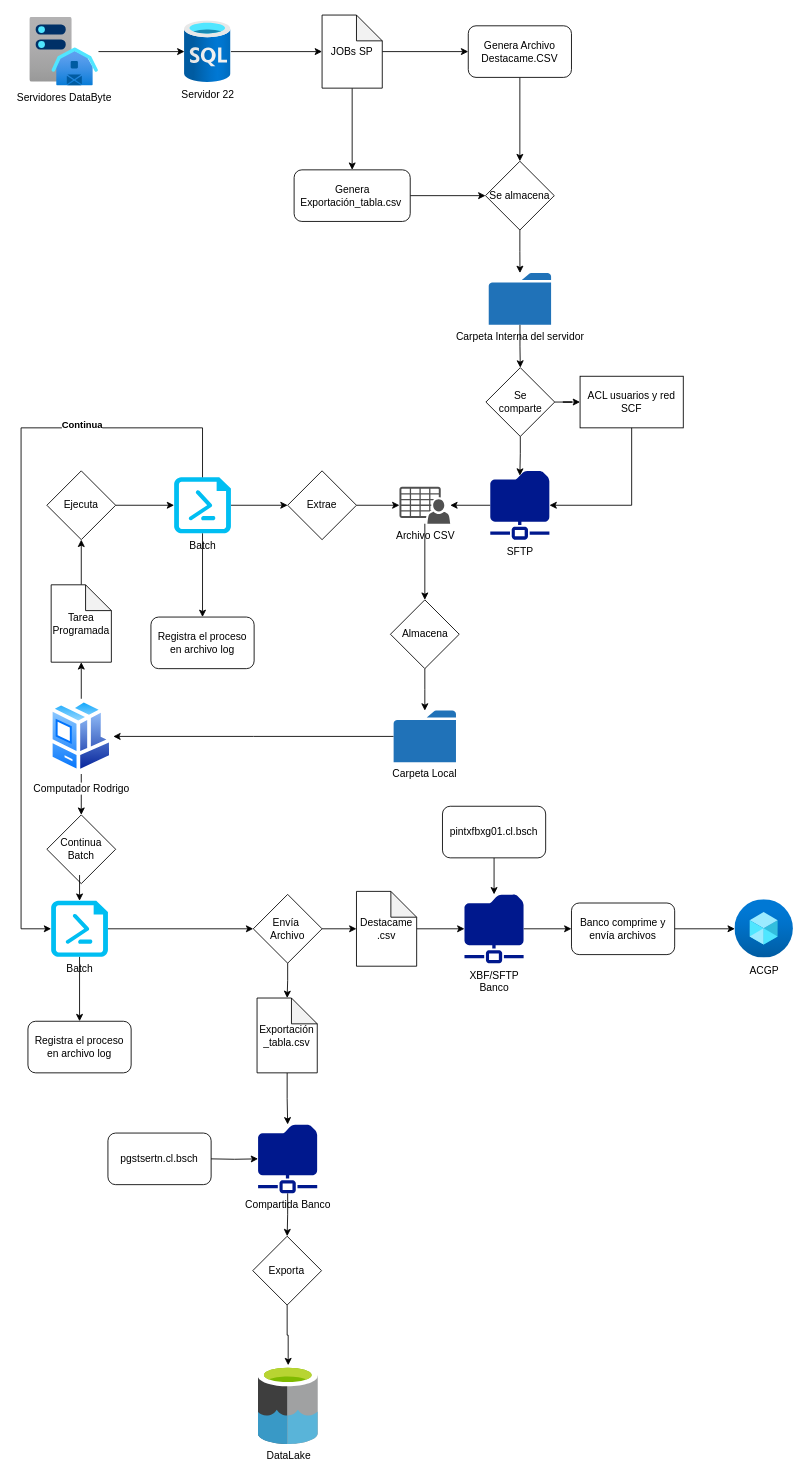
This is Diagrama sin título.drawio from satoshixz/diagrama, a draw.io file, before an edit. Source tidied: cells renumbered, new cells numbered last; positions are measured from the earlier drawing's top-left corner, leaving out a move shared by most shapes. Both pictures are drawn from the tidied source at 86%, with x=0, y=0 at pixel (21, 15).
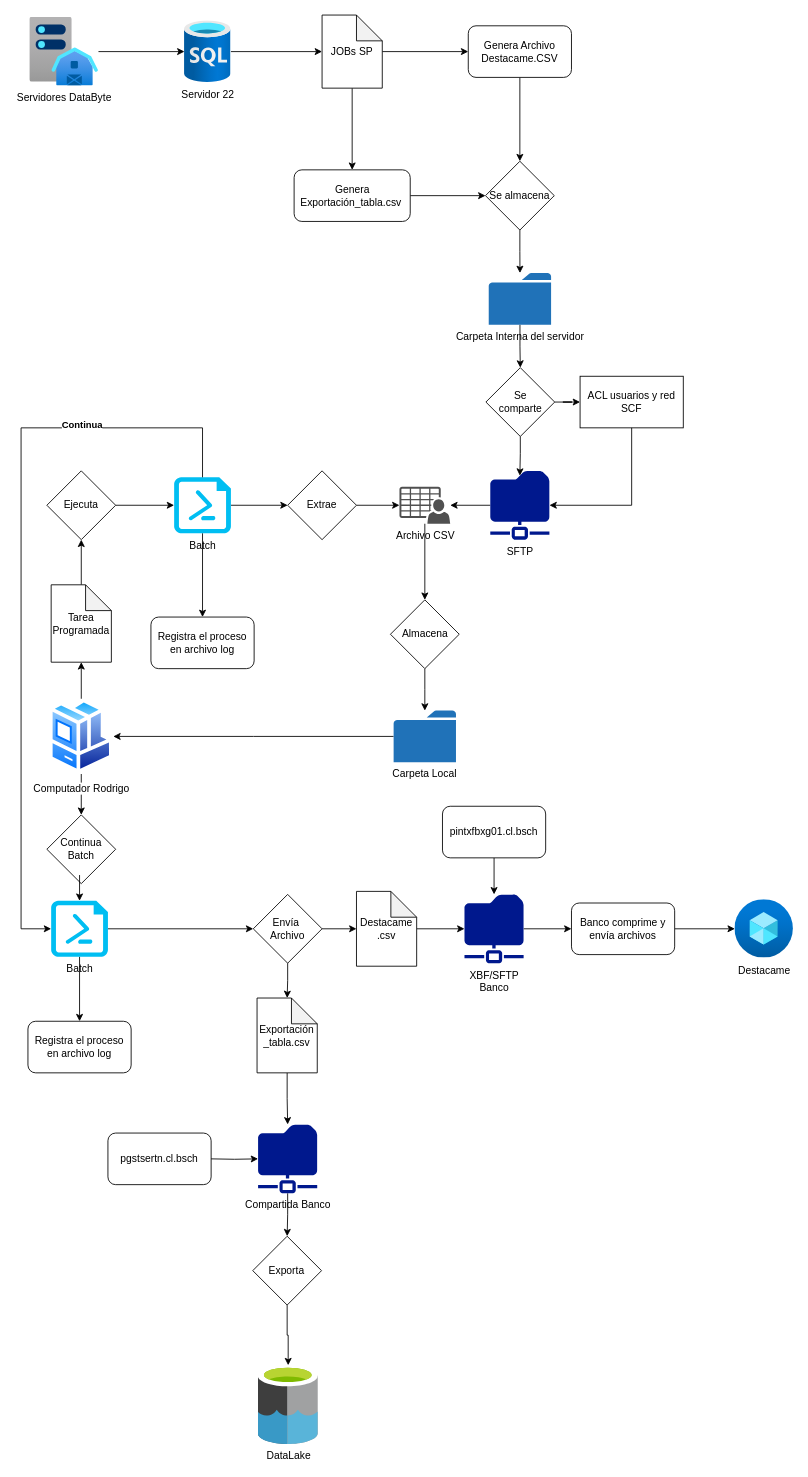
The same diagram, later.

What changed in the source:
```diff
@@
-    <mxCell id="68" value="ACGP" style="image;html=1;points=[];align=center;fontSize=12;image=img/lib/azure2/compute/Host_Pools.svg;" parent="1" vertex="1">
+    <mxCell id="68" value="Destacame" style="image;html=1;points=[];align=center;fontSize=12;image=img/lib/azure2/compute/Host_Pools.svg;" parent="1" vertex="1">
       <mxGeometry x="830" y="1028.5" width="68" height="68" as="geometry" />
     </mxCell>
```
